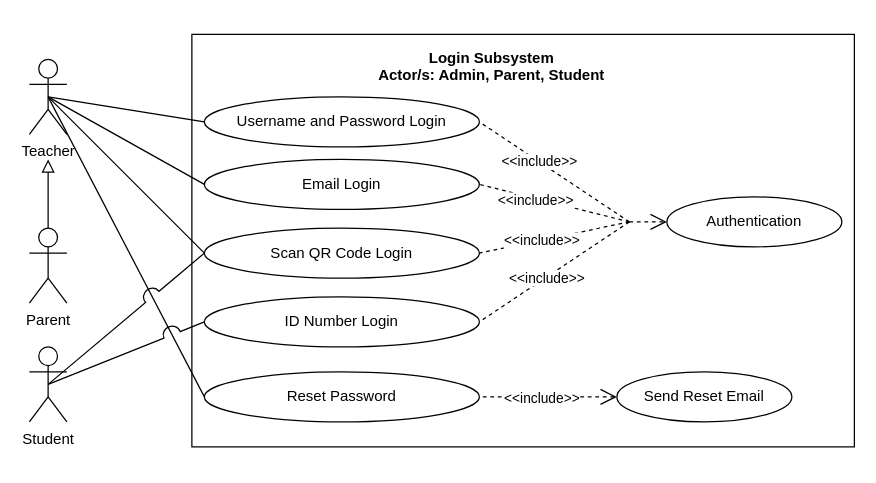
mrklglsn/CAPSTONE-FILES keeps this draw.io diagram as page "LOG IN" (2 of 7) of REVISIONS/UML-DIAGRAMS/6-9-2021/USE CASE/use case.drawio. Above is the earlier version. Source tidied: cells renumbered, new cells numbered last; positions are measured from the earlier drawing's top-left corner, leaving out a move shared by most shapes. Both pictures are drawn from the tidied source at 125%, with x=0, y=0 at pixel (29, 34).
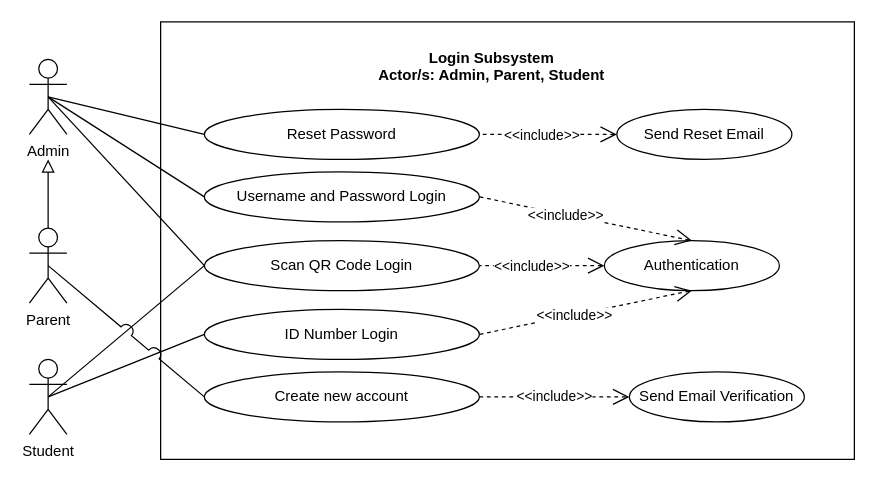
The same diagram, later.

The change refers to these unchanged cells:
```xml
<mxCell id="31" value="Parent" style="shape=umlActor;verticalLabelPosition=bottom;verticalAlign=top;html=1;fillColor=none;" parent="1" vertex="1">
  <mxGeometry y="155" width="30" height="60" as="geometry" />
</mxCell>
```

Change to the diagram source:
```diff
@@
     <mxCell id="2" style="html=1;fillColor=none;" parent="1" vertex="1">
-      <mxGeometry x="130" width="530" height="330" as="geometry" />
+      <mxGeometry x="105" y="-10" width="555" height="350" as="geometry" />
     </mxCell>
@@
-    <mxCell id="4" style="edgeStyle=none;rounded=0;jumpStyle=arc;jumpSize=14;jettySize=auto;html=1;exitX=0.5;exitY=0.5;exitDx=0;exitDy=0;exitPerimeter=0;entryX=0;entryY=0.5;entryDx=0;entryDy=0;startArrow=none;startFill=0;endArrow=none;endFill=0;startSize=11;endSize=11;" parent="1" edge="1" source="7" target="18">
-      <mxGeometry relative="1" as="geometry" />
-    </mxCell>
@@
-    <mxCell id="7" value="Teacher" style="shape=umlActor;verticalLabelPosition=bottom;verticalAlign=top;html=1;fillColor=none;" parent="1" vertex="1">
+    <mxCell id="7" value="Admin" style="shape=umlActor;verticalLabelPosition=bottom;verticalAlign=top;html=1;fillColor=none;" parent="1" vertex="1">
       <mxGeometry y="20" width="30" height="60" as="geometry" />
     </mxCell>
     <mxCell id="8" value="Username and Password Login" style="ellipse;whiteSpace=wrap;html=1;fillColor=none;" parent="1" vertex="1">
-      <mxGeometry x="140" y="50" width="220" height="40" as="geometry" />
+      <mxGeometry x="140" y="110" width="220" height="40" as="geometry" />
     </mxCell>
@@
-    <mxCell id="10" style="edgeStyle=none;rounded=0;jumpStyle=arc;jumpSize=14;jettySize=auto;html=1;exitX=0;exitY=0.5;exitDx=0;exitDy=0;entryX=1;entryY=0.5;entryDx=0;entryDy=0;startArrow=none;startFill=0;endArrow=none;endFill=0;startSize=11;endSize=11;dashed=1;" parent="1" edge="1" target="8">
-      <mxGeometry relative="1" as="geometry">
-        <mxPoint x="480" y="150" as="sourcePoint" />
-      </mxGeometry>
+    <mxCell id="10" style="edgeStyle=none;rounded=0;jumpStyle=arc;jumpSize=14;jettySize=auto;html=1;entryX=1;entryY=0.5;entryDx=0;entryDy=0;startArrow=open;startFill=0;endArrow=none;endFill=0;startSize=11;endSize=11;dashed=1;exitX=0.5;exitY=0;exitDx=0;exitDy=0;" parent="1" edge="1" source="29" target="8">
+      <mxGeometry relative="1" as="geometry" />
     </mxCell>
@@
-    <mxCell id="12" style="edgeStyle=none;rounded=0;jumpStyle=arc;jumpSize=14;jettySize=auto;html=1;exitX=0;exitY=0.5;exitDx=0;exitDy=0;entryX=1;entryY=0.5;entryDx=0;entryDy=0;dashed=1;startArrow=none;startFill=0;endArrow=none;endFill=0;startSize=11;endSize=11;" parent="1" edge="1" target="18">
-      <mxGeometry relative="1" as="geometry">
-        <mxPoint x="480" y="150" as="sourcePoint" />
-      </mxGeometry>
-    </mxCell>
-    <mxCell id="13" value="&amp;lt;&amp;lt;include&amp;gt;&amp;gt;" style="edgeLabel;html=1;align=center;verticalAlign=middle;" parent="12" vertex="1">
-      <mxGeometry x="0.26" y="1" relative="1" as="geometry" />
-    </mxCell>
-    <mxCell id="14" style="edgeStyle=none;rounded=0;jumpStyle=arc;jumpSize=14;jettySize=auto;html=1;exitX=0;exitY=0.5;exitDx=0;exitDy=0;entryX=1;entryY=0.5;entryDx=0;entryDy=0;dashed=1;startArrow=none;startFill=0;endArrow=none;endFill=0;startSize=11;endSize=11;" parent="1" edge="1" target="19">
-      <mxGeometry relative="1" as="geometry">
-        <mxPoint x="480" y="150" as="sourcePoint" />
-      </mxGeometry>
+    <mxCell id="14" style="edgeStyle=none;rounded=0;jumpStyle=arc;jumpSize=14;jettySize=auto;html=1;entryX=1;entryY=0.5;entryDx=0;entryDy=0;dashed=1;startArrow=open;startFill=0;endArrow=none;endFill=0;startSize=11;endSize=11;exitX=0;exitY=0.5;exitDx=0;exitDy=0;" parent="1" edge="1" source="29" target="19">
+      <mxGeometry relative="1" as="geometry" />
     </mxCell>
@@
-    <mxCell id="16" style="edgeStyle=none;rounded=0;jumpStyle=arc;jumpSize=14;jettySize=auto;html=1;exitX=0;exitY=0.5;exitDx=0;exitDy=0;entryX=1;entryY=0.5;entryDx=0;entryDy=0;dashed=1;startArrow=none;startFill=0;endArrow=none;endFill=0;startSize=11;endSize=11;" parent="1" edge="1" target="20">
-      <mxGeometry relative="1" as="geometry">
-        <mxPoint x="480" y="150" as="sourcePoint" />
-      </mxGeometry>
+    <mxCell id="16" style="edgeStyle=none;rounded=0;jumpStyle=arc;jumpSize=14;jettySize=auto;html=1;entryX=1;entryY=0.5;entryDx=0;entryDy=0;dashed=1;startArrow=open;startFill=0;endArrow=none;endFill=0;startSize=11;endSize=11;exitX=0.5;exitY=1;exitDx=0;exitDy=0;" parent="1" edge="1" source="29" target="20">
+      <mxGeometry relative="1" as="geometry" />
     </mxCell>
@@
-    <mxCell id="18" value="Email Login" style="ellipse;whiteSpace=wrap;html=1;fillColor=none;" parent="1" vertex="1">
-      <mxGeometry x="140" y="100" width="220" height="40" as="geometry" />
-    </mxCell>
     <mxCell id="19" value="Scan QR Code Login" style="ellipse;whiteSpace=wrap;html=1;fillColor=none;" parent="1" vertex="1">
-      <mxGeometry x="140" y="155" width="220" height="40" as="geometry" />
+      <mxGeometry x="140" y="165" width="220" height="40" as="geometry" />
     </mxCell>
     <mxCell id="20" value="ID Number Login" style="ellipse;whiteSpace=wrap;html=1;fillColor=none;" parent="1" vertex="1">
-      <mxGeometry x="140" y="210" width="220" height="40" as="geometry" />
+      <mxGeometry x="140" y="220" width="220" height="40" as="geometry" />
     </mxCell>
@@
     <mxCell id="23" value="Student" style="shape=umlActor;verticalLabelPosition=bottom;verticalAlign=top;html=1;fillColor=none;" parent="1" vertex="1">
-      <mxGeometry y="250" width="30" height="60" as="geometry" />
+      <mxGeometry y="260" width="30" height="60" as="geometry" />
     </mxCell>
     <mxCell id="24" value="Reset Password" style="ellipse;whiteSpace=wrap;html=1;fillColor=none;" parent="1" vertex="1">
-      <mxGeometry x="140" y="270" width="220" height="40" as="geometry" />
+      <mxGeometry x="140" y="60" width="220" height="40" as="geometry" />
     </mxCell>
     <mxCell id="25" value="Send Reset Email" style="ellipse;whiteSpace=wrap;html=1;fillColor=none;" parent="1" vertex="1">
-      <mxGeometry x="470" y="270" width="140" height="40" as="geometry" />
+      <mxGeometry x="470" y="60" width="140" height="40" as="geometry" />
     </mxCell>
@@
-    <mxCell id="28" style="endArrow=open;dashed=1;html=1;startSize=11;endSize=11;entryX=0;entryY=0.5;entryDx=0;entryDy=0;endFill=0;" parent="1" edge="1" target="29">
-      <mxGeometry relative="1" as="geometry">
-        <mxPoint x="480" y="150" as="sourcePoint" />
-      </mxGeometry>
-    </mxCell>
     <mxCell id="29" value="Authentication" style="ellipse;whiteSpace=wrap;html=1;fillColor=none;" parent="1" vertex="1">
-      <mxGeometry x="510" y="130" width="140" height="40" as="geometry" />
+      <mxGeometry x="460" y="165" width="140" height="40" as="geometry" />
     </mxCell>
@@
+    <mxCell id="32" style="rounded=0;jettySize=auto;html=1;exitX=0.5;exitY=0.5;exitDx=0;exitDy=0;exitPerimeter=0;entryX=0;entryY=0.5;entryDx=0;entryDy=0;endArrow=none;endFill=0;jumpStyle=arc;jumpSize=11;" parent="1" edge="1" source="31" target="33">
+      <mxGeometry relative="1" as="geometry" />
+    </mxCell>
@@
+    <mxCell id="13" value="&amp;lt;&amp;lt;include&amp;gt;&amp;gt;" style="edgeStyle=none;rounded=0;jumpStyle=arc;jumpSize=11;jettySize=auto;html=1;exitX=1;exitY=0.5;exitDx=0;exitDy=0;endArrow=open;endFill=0;dashed=1;endSize=11;" parent="1" edge="1" source="33" target="34">
+      <mxGeometry relative="1" as="geometry" />
+    </mxCell>
+    <mxCell id="33" value="Create new account" style="ellipse;whiteSpace=wrap;html=1;fillColor=none;" parent="1" vertex="1">
+      <mxGeometry x="140" y="270" width="220" height="40" as="geometry" />
+    </mxCell>
+    <mxCell id="34" value="Send Email Verification" style="ellipse;whiteSpace=wrap;html=1;fillColor=none;" parent="1" vertex="1">
+      <mxGeometry x="480" y="270" width="140" height="40" as="geometry" />
+    </mxCell>
```
